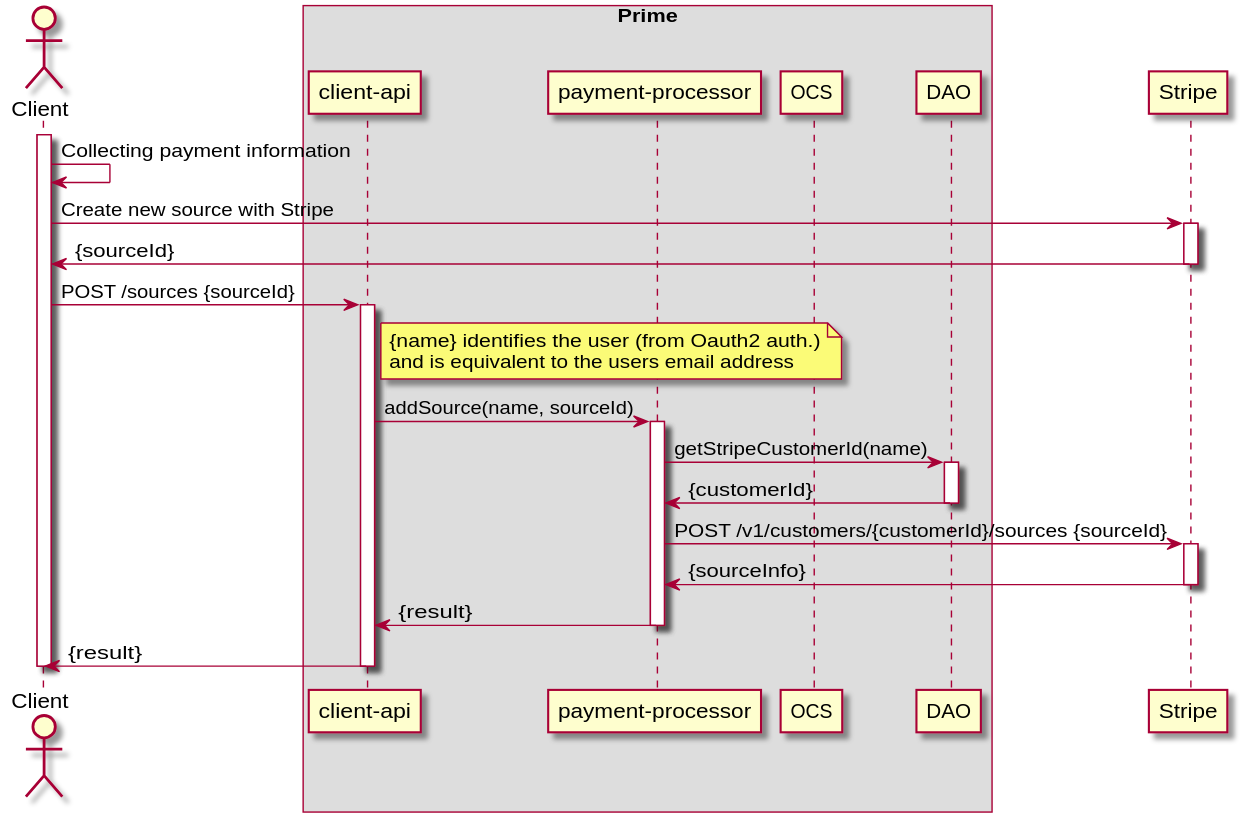
ostelco/ostelco-core keeps this PlantUML diagram as payment-processor/doc/diagrams/create-source.svg. Above is the earlier version.
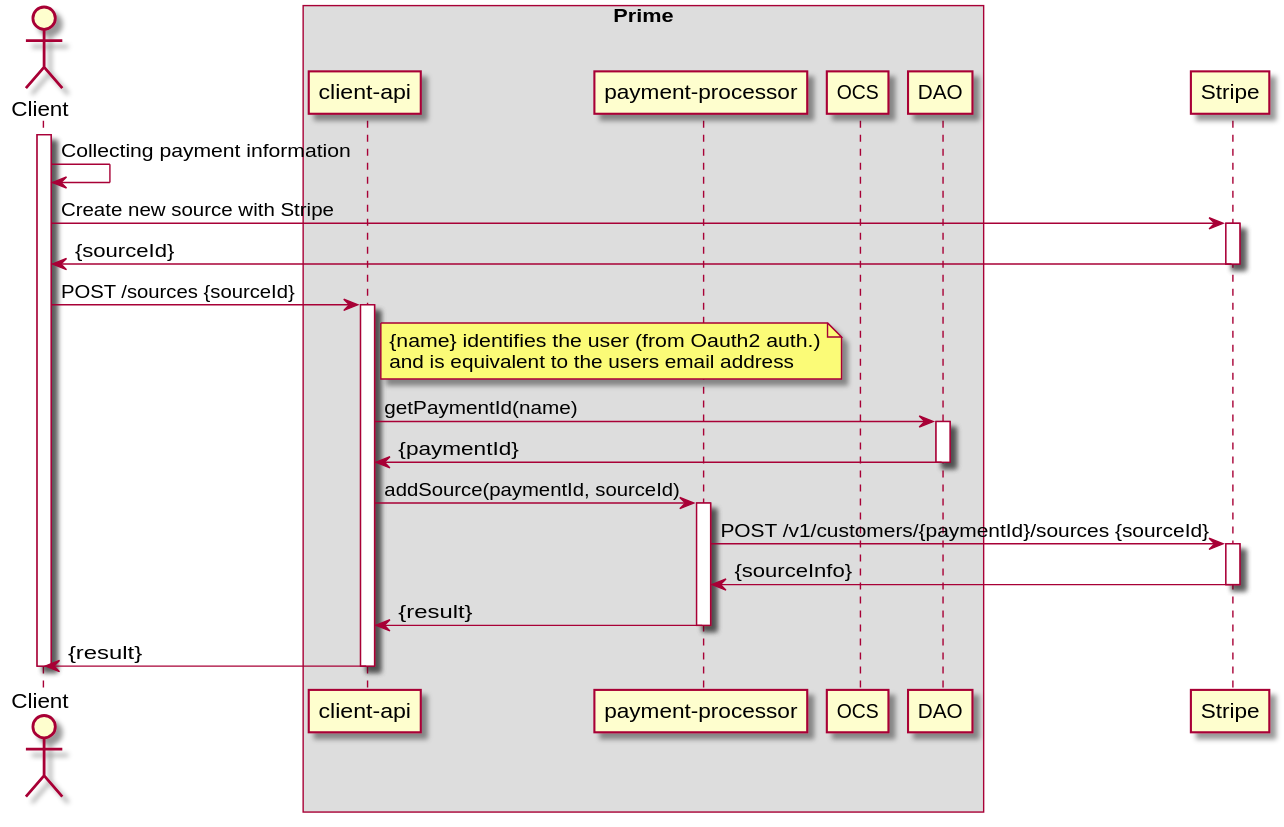
The same diagram one commit later.

The edit, as a diff of the source:
```diff
@@ -26,15 +26,15 @@
        and is equivalent to the users email address
     end note
 
-    "client-api" -> "payment-processor" : addSource(name, sourceId)
+    "client-api" -> DAO : getPaymentId(name)
+    activate DAO
+    DAO -> "client-api" : {paymentId}
+    deactivate DAO
+
+    "client-api" -> "payment-processor" : addSource(paymentId, sourceId)
     activate "payment-processor"
 
-    "payment-processor" -> DAO : getStripeCustomerId(name)
-    activate DAO
-    DAO -> "payment-processor" : {customerId}
-    deactivate DAO
-
-    "payment-processor" -> Stripe : POST /v1/customers/{customerId}/sources {sourceId}
+    "payment-processor" -> Stripe : POST /v1/customers/{paymentId}/sources {sourceId}
     activate Stripe
     Stripe -> "payment-processor" : {sourceInfo}
     deactivate Stripe
```
